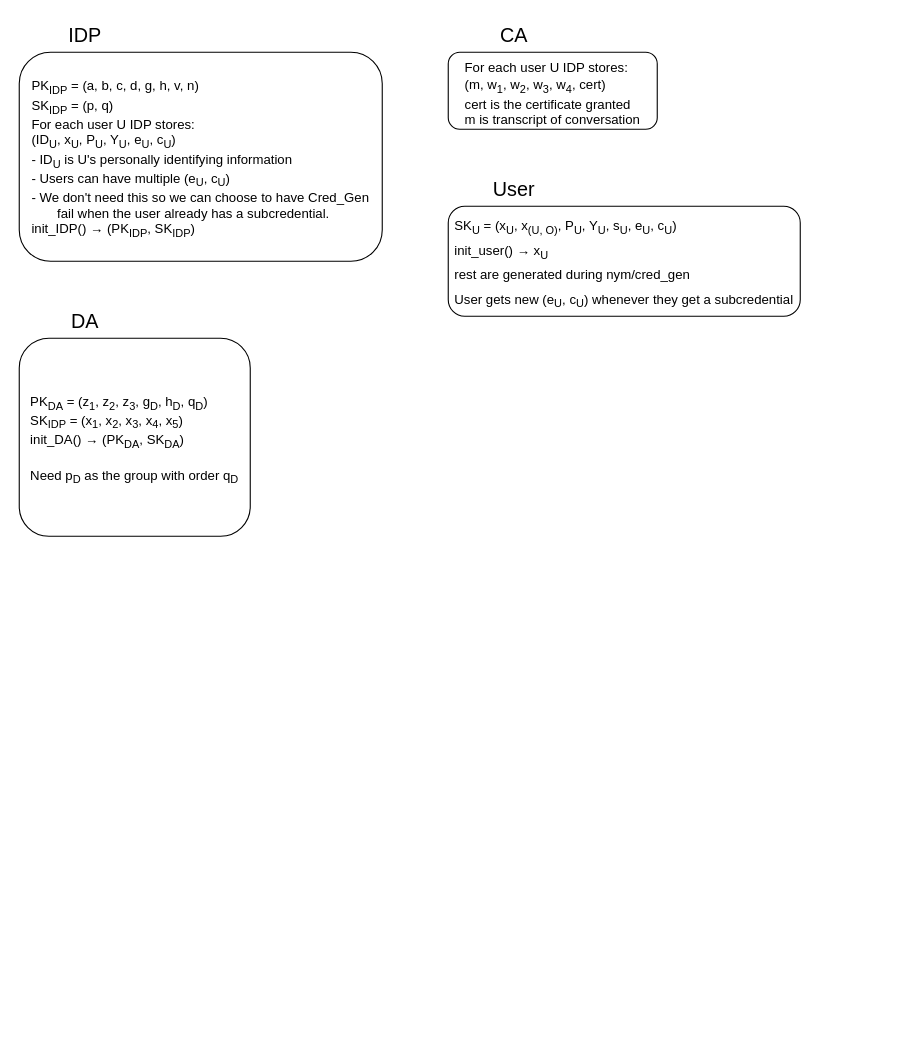
Before: page "Public/Private Keys" (1 of 6) of doc/Updated Protocols.drawio in JacobGorman613/cl-api, a draw.io diagram. Source tidied: cells renumbered, new cells numbered last; positions are measured from the earlier drawing's top-left corner, leaving out a move shared by most shapes. Both pictures are drawn from the tidied source at 110%, with x=0, y=0 at pixel (19, 19).
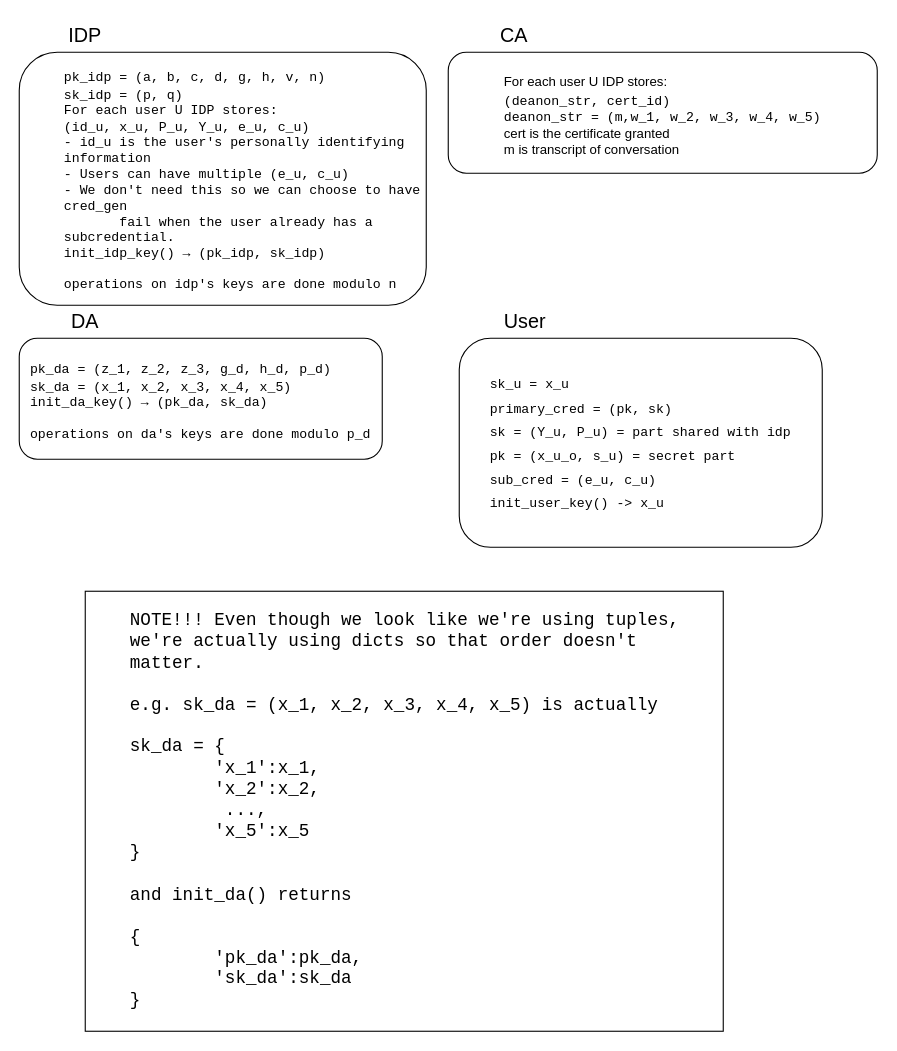
Above is the later version.

Diff of the diagram source:
```diff
@@
 <mxGraphModel>
   <root>
     <mxCell id="0" />
     <mxCell id="1" parent="0" />
     <mxCell id="2" value="&lt;font style=&quot;font-size: 18px;&quot;&gt;IDP&lt;/font&gt;" style="text;html=1;strokeColor=none;fillColor=none;align=center;verticalAlign=middle;whiteSpace=wrap;rounded=0;" parent="1" vertex="1">
       <mxGeometry x="30" width="60" height="30" as="geometry" />
     </mxCell>
-    <mxCell id="3" value="&lt;div style=&quot;text-align: left;&quot;&gt;&lt;font style=&quot;font-size: 12px;&quot;&gt;&lt;span style=&quot;background-color: initial;&quot;&gt;PK&lt;/span&gt;&lt;sub style=&quot;background-color: initial;&quot;&gt;IDP&lt;/sub&gt;&lt;span style=&quot;background-color: initial;&quot;&gt;&amp;nbsp;= (a, b, c, d, g, h, v, n)&lt;/span&gt;&lt;/font&gt;&lt;/div&gt;&lt;font style=&quot;font-size: 12px;&quot;&gt;&lt;div style=&quot;text-align: left;&quot;&gt;&lt;span style=&quot;background-color: initial;&quot;&gt;SK&lt;/span&gt;&lt;sub style=&quot;background-color: initial;&quot;&gt;IDP&lt;/sub&gt;&lt;span style=&quot;background-color: initial;&quot;&gt;&amp;nbsp;= (p, q)&lt;/span&gt;&lt;/div&gt;&lt;div style=&quot;text-align: left;&quot;&gt;&lt;span style=&quot;background-color: initial;&quot;&gt;For each user U IDP stores:&lt;/span&gt;&lt;/div&gt;&lt;div style=&quot;text-align: left;&quot;&gt;&lt;span style=&quot;background-color: initial;&quot;&gt;(ID&lt;sub&gt;U&lt;/sub&gt;, x&lt;sub&gt;U&lt;/sub&gt;, P&lt;sub&gt;U&lt;/sub&gt;, Y&lt;sub&gt;U&lt;/sub&gt;, e&lt;sub&gt;U&lt;/sub&gt;, c&lt;sub&gt;U&lt;/sub&gt;)&lt;/span&gt;&lt;/div&gt;&lt;div style=&quot;text-align: left;&quot;&gt;&lt;span style=&quot;background-color: initial;&quot;&gt;- ID&lt;sub&gt;U&lt;/sub&gt;&amp;nbsp;is U's personally identifying information&lt;/span&gt;&lt;/div&gt;&lt;div style=&quot;text-align: left;&quot;&gt;- Users can have multiple (e&lt;sub&gt;U&lt;/sub&gt;, c&lt;sub&gt;U&lt;/sub&gt;)&lt;/div&gt;&lt;div style=&quot;text-align: left;&quot;&gt;- We don't need this so we can choose to have Cred_Gen&lt;/div&gt;&lt;div style=&quot;text-align: left;&quot;&gt;&amp;nbsp; &amp;nbsp; &amp;nbsp; &amp;nbsp;fail when the user already has a subcredential.&lt;/div&gt;&lt;div style=&quot;text-align: left;&quot;&gt;init_IDP()&amp;nbsp;→&amp;nbsp;(PK&lt;sub&gt;IDP&lt;/sub&gt;, SK&lt;sub&gt;IDP&lt;/sub&gt;)&lt;/div&gt;&lt;/font&gt;" style="rounded=1;whiteSpace=wrap;html=1;fontSize=18;" parent="1" vertex="1">
-      <mxGeometry y="30" width="330" height="190" as="geometry" />
+    <mxCell id="3" value="&lt;blockquote style=&quot;margin: 0 0 0 40px; border: none; padding: 0px;&quot;&gt;&lt;div style=&quot;text-align: left;&quot;&gt;&lt;font face=&quot;Courier New&quot; style=&quot;font-size: 12px;&quot;&gt;&lt;span style=&quot;background-color: initial;&quot;&gt;pk_idp = (a, b, c, d, g, h, v, n)&lt;/span&gt;&lt;/font&gt;&lt;/div&gt;&lt;font face=&quot;Courier New&quot; style=&quot;font-size: 12px;&quot;&gt;&lt;div style=&quot;text-align: left;&quot;&gt;&lt;span style=&quot;background-color: initial;&quot;&gt;sk_idp = (p, q)&lt;/span&gt;&lt;/div&gt;&lt;/font&gt;&lt;font face=&quot;Courier New&quot; style=&quot;font-size: 12px;&quot;&gt;&lt;div style=&quot;text-align: left;&quot;&gt;&lt;span style=&quot;background-color: initial;&quot;&gt;For each user U IDP stores:&lt;/span&gt;&lt;/div&gt;&lt;/font&gt;&lt;font face=&quot;Courier New&quot; style=&quot;font-size: 12px;&quot;&gt;&lt;div style=&quot;text-align: left;&quot;&gt;&lt;span style=&quot;background-color: initial;&quot;&gt;(id_u, x_u, P_u, Y_u, e_u, c_u)&lt;/span&gt;&lt;/div&gt;&lt;/font&gt;&lt;font face=&quot;Courier New&quot; style=&quot;font-size: 12px;&quot;&gt;&lt;div style=&quot;text-align: left;&quot;&gt;&lt;span style=&quot;background-color: initial;&quot;&gt;- id_u&amp;nbsp;is the user's personally identifying information&lt;/span&gt;&lt;/div&gt;&lt;/font&gt;&lt;font face=&quot;Courier New&quot; style=&quot;font-size: 12px;&quot;&gt;&lt;div style=&quot;text-align: left;&quot;&gt;- Users can have multiple (e_u, c_u)&lt;/div&gt;&lt;/font&gt;&lt;font face=&quot;Courier New&quot; style=&quot;font-size: 12px;&quot;&gt;&lt;div style=&quot;text-align: left;&quot;&gt;- We don't need this so we can choose to have cred_gen&lt;/div&gt;&lt;/font&gt;&lt;font face=&quot;Courier New&quot; style=&quot;font-size: 12px;&quot;&gt;&lt;div style=&quot;text-align: left;&quot;&gt;&amp;nbsp; &amp;nbsp; &amp;nbsp; &amp;nbsp;fail when the user already has a subcredential.&lt;/div&gt;&lt;/font&gt;&lt;font face=&quot;Courier New&quot; style=&quot;font-size: 12px;&quot;&gt;&lt;div style=&quot;text-align: left;&quot;&gt;init_idp_key()&amp;nbsp;→&amp;nbsp;(pk_idp, sk_idp)&lt;/div&gt;&lt;/font&gt;&lt;font face=&quot;Courier New&quot; style=&quot;font-size: 12px;&quot;&gt;&lt;div style=&quot;text-align: left;&quot;&gt;&lt;br&gt;&lt;/div&gt;&lt;/font&gt;&lt;font face=&quot;Courier New&quot; style=&quot;font-size: 12px;&quot;&gt;&lt;div style=&quot;text-align: left;&quot;&gt;operations on idp's keys are done modulo n&lt;/div&gt;&lt;/font&gt;&lt;/blockquote&gt;" style="rounded=1;whiteSpace=wrap;html=1;fontSize=18;" parent="1" vertex="1">
+      <mxGeometry y="30" width="370" height="230" as="geometry" />
     </mxCell>
     <mxCell id="4" value="&lt;font style=&quot;font-size: 18px;&quot;&gt;CA&lt;/font&gt;" style="text;html=1;strokeColor=none;fillColor=none;align=center;verticalAlign=middle;whiteSpace=wrap;rounded=0;" parent="1" vertex="1">
       <mxGeometry x="420" width="60" height="30" as="geometry" />
     </mxCell>
-    <mxCell id="5" value="&lt;div style=&quot;text-align: left;&quot;&gt;&lt;span style=&quot;background-color: initial; font-size: 12px;&quot;&gt;For each user U IDP stores:&lt;/span&gt;&lt;br&gt;&lt;/div&gt;&lt;font style=&quot;font-size: 12px;&quot;&gt;&lt;div style=&quot;text-align: left;&quot;&gt;&lt;span style=&quot;background-color: initial;&quot;&gt;(m, w&lt;sub&gt;1&lt;/sub&gt;, w&lt;sub&gt;2&lt;/sub&gt;, w&lt;sub&gt;3&lt;/sub&gt;, w&lt;sub&gt;4&lt;/sub&gt;, cert)&lt;/span&gt;&lt;/div&gt;&lt;div style=&quot;text-align: left;&quot;&gt;cert is the certificate granted&lt;/div&gt;&lt;div style=&quot;text-align: left;&quot;&gt;m is transcript of conversation&lt;/div&gt;&lt;/font&gt;" style="rounded=1;whiteSpace=wrap;html=1;fontSize=18;" parent="1" vertex="1">
-      <mxGeometry x="390" y="30" width="190" height="70" as="geometry" />
+    <mxCell id="5" value="&lt;div style=&quot;text-align: left;&quot;&gt;&lt;span style=&quot;background-color: initial; font-size: 12px;&quot;&gt;For each user U IDP stores:&lt;/span&gt;&lt;br&gt;&lt;/div&gt;&lt;font style=&quot;font-size: 12px;&quot;&gt;&lt;div style=&quot;text-align: left;&quot;&gt;&lt;span style=&quot;background-color: initial;&quot;&gt;&lt;font face=&quot;Courier New&quot;&gt;(deanon_str,&amp;nbsp;cert_id)&lt;/font&gt;&lt;/span&gt;&lt;/div&gt;&lt;div style=&quot;text-align: left;&quot;&gt;&lt;span style=&quot;background-color: initial;&quot;&gt;&lt;font face=&quot;Courier New&quot;&gt;deanon_str = (m,w_1, w_2, w_3, w_4, w_5)&lt;/font&gt;&lt;/span&gt;&lt;/div&gt;&lt;div style=&quot;text-align: left;&quot;&gt;cert is the certificate granted&lt;/div&gt;&lt;div style=&quot;text-align: left;&quot;&gt;m is transcript of conversation&lt;/div&gt;&lt;/font&gt;" style="rounded=1;whiteSpace=wrap;html=1;fontSize=18;" parent="1" vertex="1">
+      <mxGeometry x="390" y="30" width="390" height="110" as="geometry" />
     </mxCell>
     <mxCell id="6" value="&lt;font style=&quot;font-size: 18px;&quot;&gt;User&lt;/font&gt;" style="text;html=1;strokeColor=none;fillColor=none;align=center;verticalAlign=middle;whiteSpace=wrap;rounded=0;" parent="1" vertex="1">
-      <mxGeometry x="420" y="140" width="60" height="30" as="geometry" />
+      <mxGeometry x="430" y="260" width="60" height="30" as="geometry" />
     </mxCell>
-    <mxCell id="7" value="&lt;div style=&quot;text-align: left;&quot;&gt;&lt;span style=&quot;font-size: 12px;&quot;&gt;SK&lt;sub&gt;U&lt;/sub&gt;&amp;nbsp;= (x&lt;sub&gt;U&lt;/sub&gt;, x&lt;sub&gt;(U, O)&lt;/sub&gt;, P&lt;sub&gt;U&lt;/sub&gt;, Y&lt;sub&gt;U&lt;/sub&gt;, s&lt;sub&gt;U&lt;/sub&gt;, e&lt;sub&gt;U&lt;/sub&gt;, c&lt;sub&gt;U&lt;/sub&gt;)&lt;/span&gt;&lt;/div&gt;&lt;div style=&quot;text-align: left;&quot;&gt;&lt;span style=&quot;font-size: 12px;&quot;&gt;init_user()&amp;nbsp;&lt;/span&gt;&lt;span style=&quot;background-color: initial; font-size: 12px;&quot;&gt;→ x&lt;sub&gt;U&lt;/sub&gt;&amp;nbsp;&lt;/span&gt;&lt;/div&gt;&lt;div style=&quot;text-align: left;&quot;&gt;&lt;span style=&quot;background-color: initial; font-size: 12px;&quot;&gt;rest are generated during nym/cred_gen&lt;/span&gt;&lt;/div&gt;&lt;div style=&quot;text-align: left;&quot;&gt;&lt;span style=&quot;font-size: 12px;&quot;&gt;User gets new (e&lt;sub&gt;U&lt;/sub&gt;, c&lt;sub&gt;U&lt;/sub&gt;) whenever they get a subcredential&lt;/span&gt;&lt;/div&gt;" style="rounded=1;whiteSpace=wrap;html=1;fontSize=18;" parent="1" vertex="1">
-      <mxGeometry x="390" y="170" width="320" height="100" as="geometry" />
+    <mxCell id="7" value="&lt;div style=&quot;text-align: left;&quot;&gt;&lt;span style=&quot;font-size: 12px;&quot;&gt;&lt;font face=&quot;Courier New&quot;&gt;sk_u = x_u&lt;/font&gt;&lt;/span&gt;&lt;/div&gt;&lt;div style=&quot;text-align: left;&quot;&gt;&lt;span style=&quot;font-size: 12px;&quot;&gt;&lt;font face=&quot;Courier New&quot;&gt;primary_cred = (pk, sk)&lt;/font&gt;&lt;/span&gt;&lt;/div&gt;&lt;div style=&quot;text-align: left;&quot;&gt;&lt;span style=&quot;font-size: 12px;&quot;&gt;&lt;font face=&quot;Courier New&quot;&gt;sk = (Y_u, P_u) = part shared with idp&lt;/font&gt;&lt;/span&gt;&lt;/div&gt;&lt;div style=&quot;text-align: left;&quot;&gt;&lt;span style=&quot;font-size: 12px;&quot;&gt;&lt;font face=&quot;Courier New&quot;&gt;pk = (x_u_o, s_u) = secret part&lt;/font&gt;&lt;/span&gt;&lt;/div&gt;&lt;div style=&quot;text-align: left;&quot;&gt;&lt;span style=&quot;background-color: initial; font-size: 12px;&quot;&gt;&lt;font face=&quot;Courier New&quot;&gt;sub_cred = (e_u, c_u)&lt;/font&gt;&lt;/span&gt;&lt;/div&gt;&lt;div style=&quot;text-align: left;&quot;&gt;&lt;font face=&quot;Courier New&quot;&gt;&lt;span style=&quot;font-size: 12px;&quot;&gt;init_user_key() -&amp;gt;&lt;/span&gt;&lt;span style=&quot;background-color: initial; font-size: 12px;&quot;&gt;&amp;nbsp;x_u&lt;/span&gt;&lt;/font&gt;&lt;/div&gt;" style="rounded=1;whiteSpace=wrap;html=1;fontSize=18;" parent="1" vertex="1">
+      <mxGeometry x="400" y="290" width="330" height="190" as="geometry" />
     </mxCell>
     <mxCell id="8" value="&lt;font style=&quot;font-size: 18px;&quot;&gt;DA&lt;/font&gt;" style="text;html=1;strokeColor=none;fillColor=none;align=center;verticalAlign=middle;whiteSpace=wrap;rounded=0;" parent="1" vertex="1">
       <mxGeometry x="30" y="260" width="60" height="30" as="geometry" />
     </mxCell>
-    <mxCell id="9" value="&lt;div style=&quot;text-align: left;&quot;&gt;&lt;font style=&quot;font-size: 12px;&quot;&gt;&lt;span style=&quot;background-color: initial;&quot;&gt;PK&lt;/span&gt;&lt;sub style=&quot;background-color: initial;&quot;&gt;DA&lt;/sub&gt;&lt;span style=&quot;background-color: initial;&quot;&gt;&amp;nbsp;= (z&lt;sub&gt;1&lt;/sub&gt;, z&lt;sub&gt;2&lt;/sub&gt;, z&lt;sub&gt;3&lt;/sub&gt;, g&lt;sub&gt;D&lt;/sub&gt;, h&lt;sub&gt;D&lt;/sub&gt;, q&lt;sub&gt;D&lt;/sub&gt;)&lt;/span&gt;&lt;/font&gt;&lt;/div&gt;&lt;font style=&quot;font-size: 12px;&quot;&gt;&lt;div style=&quot;text-align: left;&quot;&gt;&lt;span style=&quot;background-color: initial;&quot;&gt;SK&lt;/span&gt;&lt;sub style=&quot;background-color: initial;&quot;&gt;IDP&lt;/sub&gt;&lt;span style=&quot;background-color: initial;&quot;&gt;&amp;nbsp;= (x&lt;sub&gt;1&lt;/sub&gt;, x&lt;sub&gt;2&lt;/sub&gt;, x&lt;sub&gt;3&lt;/sub&gt;, x&lt;sub&gt;4&lt;/sub&gt;, x&lt;sub&gt;5&lt;/sub&gt;)&lt;/span&gt;&lt;/div&gt;&lt;div style=&quot;text-align: left;&quot;&gt;init_DA()&amp;nbsp;→&amp;nbsp;(PK&lt;sub&gt;DA&lt;/sub&gt;, SK&lt;sub&gt;DA&lt;/sub&gt;)&lt;span style=&quot;background-color: initial;&quot;&gt;&lt;br&gt;&lt;/span&gt;&lt;/div&gt;&lt;div style=&quot;text-align: left;&quot;&gt;&lt;br&gt;&lt;/div&gt;&lt;div style=&quot;text-align: left;&quot;&gt;Need p&lt;sub&gt;D&lt;/sub&gt;&amp;nbsp;as the group with order q&lt;sub&gt;D&lt;/sub&gt;&lt;/div&gt;&lt;/font&gt;" style="rounded=1;whiteSpace=wrap;html=1;fontSize=18;" parent="1" vertex="1">
-      <mxGeometry y="290" width="210" height="180" as="geometry" />
+    <mxCell id="9" value="&lt;div style=&quot;text-align: left;&quot;&gt;&lt;font face=&quot;Courier New&quot; style=&quot;font-size: 12px;&quot;&gt;&lt;span style=&quot;background-color: initial;&quot;&gt;pk_da = (z_1, z_2, z_3, g_d, h_d, p_d)&lt;/span&gt;&lt;/font&gt;&lt;/div&gt;&lt;font face=&quot;Courier New&quot; style=&quot;font-size: 12px;&quot;&gt;&lt;div style=&quot;text-align: left;&quot;&gt;&lt;span style=&quot;background-color: initial;&quot;&gt;sk_da = (x_1, x_2, x_3, x_4, x_5)&lt;/span&gt;&lt;/div&gt;&lt;div style=&quot;text-align: left;&quot;&gt;init_da_key()&amp;nbsp;→&amp;nbsp;(pk_da, sk_da)&lt;span style=&quot;background-color: initial;&quot;&gt;&lt;br&gt;&lt;/span&gt;&lt;/div&gt;&lt;div style=&quot;text-align: left;&quot;&gt;&lt;br&gt;&lt;/div&gt;&lt;div style=&quot;text-align: left;&quot;&gt;operations on da's keys are done modulo p_d&lt;/div&gt;&lt;/font&gt;" style="rounded=1;whiteSpace=wrap;html=1;fontSize=18;" parent="1" vertex="1">
+      <mxGeometry y="290" width="330" height="110" as="geometry" />
     </mxCell>
+    <mxCell id="10" value="&lt;blockquote style=&quot;margin: 0 0 0 40px; border: none; padding: 0px;&quot;&gt;&lt;div style=&quot;text-align: left;&quot;&gt;&lt;span style=&quot;font-size: medium; background-color: initial;&quot;&gt;NOTE!!! Even though we look like we're using tuples, we're actually using dicts so that order doesn't matter.&amp;nbsp;&lt;/span&gt;&lt;/div&gt;&lt;font size=&quot;3&quot;&gt;&lt;div style=&quot;text-align: left;&quot;&gt;&lt;span style=&quot;background-color: initial;&quot;&gt;&lt;br&gt;&lt;/span&gt;&lt;/div&gt;&lt;/font&gt;&lt;font size=&quot;3&quot;&gt;&lt;div style=&quot;text-align: left;&quot;&gt;&lt;span style=&quot;background-color: initial;&quot;&gt;e.g. sk_da = (x_1, x_2, x_3, x_4, x_5) is actually&lt;/span&gt;&lt;/div&gt;&lt;/font&gt;&lt;font size=&quot;3&quot;&gt;&lt;div style=&quot;text-align: left;&quot;&gt;&lt;span style=&quot;background-color: initial;&quot;&gt;&lt;br&gt;&lt;/span&gt;&lt;/div&gt;&lt;/font&gt;&lt;font size=&quot;3&quot;&gt;&lt;div style=&quot;text-align: left;&quot;&gt;&lt;span style=&quot;background-color: initial;&quot;&gt;sk_da = {&lt;/span&gt;&lt;/div&gt;&lt;/font&gt;&lt;font size=&quot;3&quot;&gt;&lt;span style=&quot;white-space: pre;&quot;&gt;&lt;div style=&quot;text-align: left;&quot;&gt;&lt;span style=&quot;background-color: initial;&quot;&gt;&#9;&lt;/span&gt;&lt;span style=&quot;background-color: initial; white-space: normal;&quot;&gt;'x_1':x_1,&lt;/span&gt;&lt;/div&gt;&lt;/span&gt;&lt;/font&gt;&lt;font size=&quot;3&quot;&gt;&lt;span style=&quot;white-space: pre;&quot;&gt;&lt;div style=&quot;text-align: left;&quot;&gt;&lt;span style=&quot;background-color: initial;&quot;&gt;&#9;&lt;/span&gt;&lt;span style=&quot;background-color: initial; white-space: normal;&quot;&gt;'x_2':x_2,&lt;/span&gt;&lt;/div&gt;&lt;/span&gt;&lt;/font&gt;&lt;font size=&quot;3&quot;&gt;&lt;span style=&quot;white-space: pre;&quot;&gt;&lt;div style=&quot;text-align: left;&quot;&gt;&lt;span style=&quot;background-color: initial;&quot;&gt;&#9;&lt;/span&gt;&lt;span style=&quot;background-color: initial; white-space: normal;&quot;&gt;&amp;nbsp;...,&lt;/span&gt;&lt;/div&gt;&lt;/span&gt;&lt;/font&gt;&lt;font size=&quot;3&quot;&gt;&lt;span style=&quot;white-space: pre;&quot;&gt;&lt;div style=&quot;text-align: left;&quot;&gt;&lt;span style=&quot;background-color: initial;&quot;&gt;&#9;&lt;/span&gt;&lt;span style=&quot;background-color: initial; white-space: normal;&quot;&gt;'x_5':x_5&lt;/span&gt;&lt;/div&gt;&lt;/span&gt;&lt;/font&gt;&lt;font size=&quot;3&quot;&gt;&lt;span style=&quot;white-space: pre;&quot;&gt;&lt;div style=&quot;text-align: left;&quot;&gt;&lt;span style=&quot;background-color: initial; white-space: normal;&quot;&gt;}&lt;/span&gt;&lt;/div&gt;&lt;/span&gt;&lt;/font&gt;&lt;font size=&quot;3&quot;&gt;&lt;span style=&quot;white-space: pre;&quot;&gt;&lt;div style=&quot;text-align: left;&quot;&gt;&lt;span style=&quot;background-color: initial; white-space: normal;&quot;&gt;&lt;br&gt;&lt;/span&gt;&lt;/div&gt;&lt;/span&gt;&lt;/font&gt;&lt;font size=&quot;3&quot;&gt;&lt;span style=&quot;white-space: pre;&quot;&gt;&lt;div style=&quot;text-align: left;&quot;&gt;&lt;span style=&quot;background-color: initial; white-space: normal;&quot;&gt;and init_da() returns&lt;/span&gt;&lt;/div&gt;&lt;/span&gt;&lt;/font&gt;&lt;font size=&quot;3&quot;&gt;&lt;span style=&quot;white-space: pre;&quot;&gt;&lt;div style=&quot;text-align: left;&quot;&gt;&lt;span style=&quot;background-color: initial; white-space: normal;&quot;&gt;&lt;br&gt;&lt;/span&gt;&lt;/div&gt;&lt;/span&gt;&lt;/font&gt;&lt;font size=&quot;3&quot;&gt;&lt;span style=&quot;white-space: pre;&quot;&gt;&lt;div style=&quot;text-align: left;&quot;&gt;&lt;span style=&quot;background-color: initial; white-space: normal;&quot;&gt;{&lt;/span&gt;&lt;/div&gt;&lt;/span&gt;&lt;/font&gt;&lt;font size=&quot;3&quot;&gt;&lt;span style=&quot;white-space: pre;&quot;&gt;&lt;div style=&quot;text-align: left;&quot;&gt;&lt;span style=&quot;background-color: initial; white-space: normal;&quot;&gt;&lt;span style=&quot;white-space: pre;&quot;&gt;&#9;&lt;/span&gt;'pk_da':pk_da,&lt;/span&gt;&lt;/div&gt;&lt;/span&gt;&lt;/font&gt;&lt;font size=&quot;3&quot;&gt;&lt;span style=&quot;white-space: pre;&quot;&gt;&lt;div style=&quot;text-align: left;&quot;&gt;&lt;span style=&quot;background-color: initial; white-space: normal;&quot;&gt;&lt;span style=&quot;white-space: pre;&quot;&gt;&#9;&lt;/span&gt;'sk_da':sk_da&lt;/span&gt;&lt;/div&gt;&lt;/span&gt;&lt;/font&gt;&lt;font size=&quot;3&quot;&gt;&lt;span style=&quot;white-space: pre;&quot;&gt;&lt;div style=&quot;text-align: left;&quot;&gt;&lt;span style=&quot;background-color: initial; white-space: normal;&quot;&gt;}&lt;/span&gt;&lt;/div&gt;&lt;/span&gt;&lt;/font&gt;&lt;/blockquote&gt;" style="whiteSpace=wrap;html=1;fontFamily=Courier New;fontSize=14;" parent="1" vertex="1">
+      <mxGeometry x="60" y="520" width="580" height="400" as="geometry" />
+    </mxCell>
   </root>
 </mxGraphModel>
```
